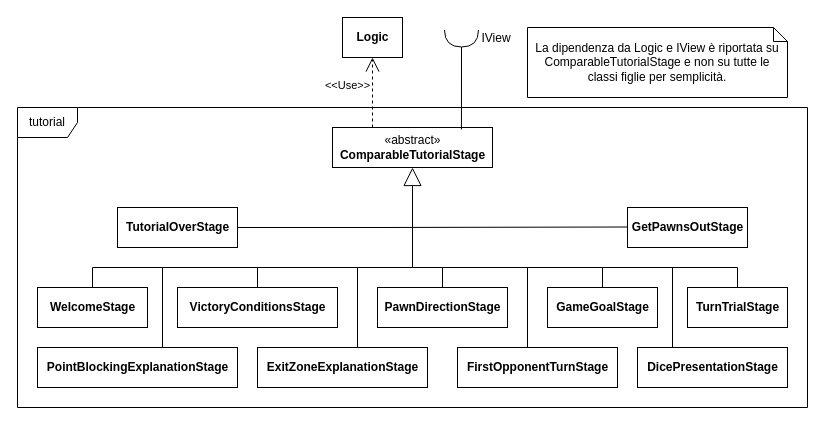
This is Tutorial.drawio from GiacomoVolini/JMahbusa, a draw.io file, before an edit. Source tidied: cells renumbered, new cells numbered last; positions are measured from the earlier drawing's top-left corner, leaving out a move shared by most shapes. Both pictures are drawn from the tidied source at 100%, with x=0, y=0 at pixel (17, 17).
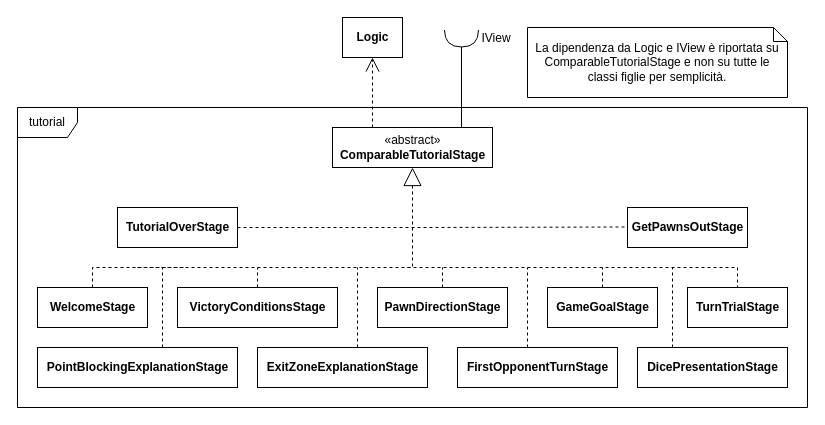
After the change.

Unchanged cells that the change refers to:
```xml
<mxCell id="3" value="«abstract»&lt;br&gt;&lt;b&gt;ComparableTutorialStage&lt;/b&gt;" style="html=1;" parent="1" vertex="1">
  <mxGeometry x="315" y="110" width="160" height="40" as="geometry" />
</mxCell>
<mxCell id="4" value="&lt;b&gt;WelcomeStage&lt;/b&gt;" style="html=1;" parent="1" vertex="1">
  <mxGeometry x="20" y="270" width="110" height="40" as="geometry" />
</mxCell>
<mxCell id="8" value="&lt;b&gt;GameGoalStage&lt;/b&gt;" style="html=1;" parent="1" vertex="1">
  <mxGeometry x="530" y="270" width="110" height="40" as="geometry" />
</mxCell>
<mxCell id="10" value="&lt;b&gt;PawnDirectionStage&lt;/b&gt;" style="html=1;" parent="1" vertex="1">
  <mxGeometry x="360" y="270" width="130" height="40" as="geometry" />
</mxCell>
<mxCell id="12" value="&lt;b&gt;TurnTrialStage&lt;/b&gt;" style="html=1;" parent="1" vertex="1">
  <mxGeometry x="670" y="270" width="100" height="40" as="geometry" />
</mxCell>
<mxCell id="13" value="&lt;b&gt;TutorialOverStage&lt;/b&gt;" style="html=1;" parent="1" vertex="1">
  <mxGeometry x="100" y="190" width="120" height="40" as="geometry" />
</mxCell>
<mxCell id="14" value="&lt;b&gt;VictoryConditionsStage&lt;/b&gt;" style="html=1;" parent="1" vertex="1">
  <mxGeometry x="160" y="270" width="160" height="40" as="geometry" />
</mxCell>
<mxCell id="29" value="&lt;b&gt;Logic&lt;/b&gt;" style="html=1;" parent="1" vertex="1">
  <mxGeometry x="325" width="60" height="40" as="geometry" />
</mxCell>
<mxCell id="30" style="shape=requiredInterface;html=1;verticalLabelPosition=bottom;sketch=0;rotation=90;" parent="1" vertex="1">
  <mxGeometry x="435.5" y="4" width="17" height="34" as="geometry" />
</mxCell>
```

What changed in the source:
```diff
@@
-    <mxCell id="15" style="endArrow=block;endSize=16;endFill=0;html=1;rounded=0;entryX=0.5;entryY=1;entryDx=0;entryDy=0;startSize=6;sourcePerimeterSpacing=0;" parent="1" edge="1" target="3">
+    <mxCell id="15" style="endArrow=block;endSize=16;endFill=0;html=1;rounded=0;entryX=0.5;entryY=1;entryDx=0;entryDy=0;startSize=6;sourcePerimeterSpacing=0;dashed=1;" parent="1" edge="1" target="3">
       <mxGeometry relative="1" as="geometry">
         <mxPoint x="120" y="250" as="sourcePoint" />
         <Array as="points">
           <mxPoint x="395" y="250" />
         </Array>
       </mxGeometry>
     </mxCell>
-    <mxCell id="16" style="endArrow=none;html=1;rounded=0;startSize=6;sourcePerimeterSpacing=0;" parent="1" edge="1">
+    <mxCell id="16" style="endArrow=none;html=1;rounded=0;startSize=6;sourcePerimeterSpacing=0;dashed=1;" parent="1" edge="1">
       <mxGeometry relative="1" as="geometry">
         <mxPoint x="145" y="250" as="sourcePoint" />
         <mxPoint x="170" y="250" as="targetPoint" />
       </mxGeometry>
     </mxCell>
-    <mxCell id="17" style="endArrow=none;html=1;rounded=0;startSize=6;sourcePerimeterSpacing=0;" parent="1" edge="1">
+    <mxCell id="17" style="endArrow=none;html=1;rounded=0;startSize=6;sourcePerimeterSpacing=0;dashed=1;" parent="1" edge="1">
       <mxGeometry relative="1" as="geometry">
         <mxPoint x="145" y="330" as="sourcePoint" />
         <mxPoint x="145" y="250" as="targetPoint" />
       </mxGeometry>
     </mxCell>
-    <mxCell id="18" style="endArrow=none;html=1;rounded=0;startSize=6;sourcePerimeterSpacing=0;" parent="1" edge="1" source="4">
+    <mxCell id="18" style="endArrow=none;html=1;rounded=0;startSize=6;sourcePerimeterSpacing=0;dashed=1;" parent="1" edge="1" source="4">
       <mxGeometry relative="1" as="geometry">
         <mxPoint x="150" y="250" as="targetPoint" />
         <Array as="points">
           <mxPoint x="75" y="250" />
         </Array>
       </mxGeometry>
     </mxCell>
-    <mxCell id="19" style="endArrow=none;html=1;rounded=0;startSize=6;sourcePerimeterSpacing=0;exitX=1;exitY=0.5;exitDx=0;exitDy=0;" parent="1" edge="1" source="13">
+    <mxCell id="19" style="endArrow=none;html=1;rounded=0;startSize=6;sourcePerimeterSpacing=0;exitX=1;exitY=0.5;exitDx=0;exitDy=0;dashed=1;" parent="1" edge="1" source="13">
       <mxGeometry relative="1" as="geometry">
-        <mxPoint x="380" y="210" as="targetPoint" />
+        <mxPoint x="400" y="210" as="targetPoint" />
       </mxGeometry>
     </mxCell>
-    <mxCell id="20" style="endArrow=none;html=1;rounded=0;startSize=6;sourcePerimeterSpacing=0;" parent="1" edge="1">
+    <mxCell id="20" style="endArrow=none;html=1;rounded=0;startSize=6;sourcePerimeterSpacing=0;dashed=1;" parent="1" edge="1">
       <mxGeometry relative="1" as="geometry">
-        <mxPoint x="360" y="210" as="sourcePoint" />
+        <mxPoint x="400" y="210" as="sourcePoint" />
         <mxPoint x="610" y="209.5" as="targetPoint" />
       </mxGeometry>
     </mxCell>
-    <mxCell id="21" style="endArrow=none;html=1;rounded=0;startSize=6;sourcePerimeterSpacing=0;" parent="1" edge="1">
+    <mxCell id="21" style="endArrow=none;html=1;rounded=0;startSize=6;sourcePerimeterSpacing=0;dashed=1;" parent="1" edge="1">
       <mxGeometry relative="1" as="geometry">
-        <mxPoint x="340" y="250" as="sourcePoint" />
+        <mxPoint x="390" y="250" as="sourcePoint" />
         <mxPoint x="720" y="250" as="targetPoint" />
       </mxGeometry>
     </mxCell>
-    <mxCell id="22" style="endArrow=none;html=1;rounded=0;startSize=6;sourcePerimeterSpacing=0;" parent="1" edge="1" target="12">
+    <mxCell id="22" style="endArrow=none;html=1;rounded=0;startSize=6;sourcePerimeterSpacing=0;dashed=1;" parent="1" edge="1" target="12">
       <mxGeometry relative="1" as="geometry">
         <mxPoint x="720" y="250" as="sourcePoint" />
       </mxGeometry>
     </mxCell>
-    <mxCell id="23" style="endArrow=none;html=1;rounded=0;startSize=6;sourcePerimeterSpacing=0;" parent="1" edge="1">
+    <mxCell id="23" style="endArrow=none;html=1;rounded=0;startSize=6;sourcePerimeterSpacing=0;dashed=1;" parent="1" edge="1">
       <mxGeometry relative="1" as="geometry">
         <mxPoint x="340" y="330" as="sourcePoint" />
         <mxPoint x="340" y="250" as="targetPoint" />
       </mxGeometry>
     </mxCell>
-    <mxCell id="24" style="endArrow=none;html=1;rounded=0;startSize=6;sourcePerimeterSpacing=0;" parent="1" edge="1">
+    <mxCell id="24" style="endArrow=none;html=1;rounded=0;startSize=6;sourcePerimeterSpacing=0;dashed=1;" parent="1" edge="1">
       <mxGeometry relative="1" as="geometry">
         <mxPoint x="510" y="330" as="sourcePoint" />
         <mxPoint x="510" y="250" as="targetPoint" />
       </mxGeometry>
     </mxCell>
-    <mxCell id="25" style="endArrow=none;html=1;rounded=0;startSize=6;sourcePerimeterSpacing=0;" parent="1" edge="1">
+    <mxCell id="25" style="endArrow=none;html=1;rounded=0;startSize=6;sourcePerimeterSpacing=0;dashed=1;" parent="1" edge="1">
       <mxGeometry relative="1" as="geometry">
         <mxPoint x="655" y="330" as="sourcePoint" />
         <mxPoint x="655" y="250" as="targetPoint" />
       </mxGeometry>
     </mxCell>
-    <mxCell id="26" style="endArrow=none;html=1;rounded=0;strokeColor=default;strokeWidth=1;startSize=6;sourcePerimeterSpacing=0;jumpStyle=none;jumpSize=4;exitX=0.5;exitY=0;exitDx=0;exitDy=0;" parent="1" edge="1" source="14">
+    <mxCell id="26" style="endArrow=none;html=1;rounded=0;strokeColor=default;strokeWidth=1;startSize=6;sourcePerimeterSpacing=0;jumpStyle=none;jumpSize=4;exitX=0.5;exitY=0;exitDx=0;exitDy=0;dashed=1;" parent="1" edge="1" source="14">
       <mxGeometry relative="1" as="geometry">
         <mxPoint x="240" y="250" as="targetPoint" />
       </mxGeometry>
     </mxCell>
-    <mxCell id="27" style="endArrow=none;html=1;rounded=0;strokeColor=default;strokeWidth=1;startSize=6;sourcePerimeterSpacing=0;jumpStyle=none;jumpSize=4;" parent="1" edge="1" source="10">
+    <mxCell id="27" style="endArrow=none;html=1;rounded=0;strokeColor=default;strokeWidth=1;startSize=6;sourcePerimeterSpacing=0;jumpStyle=none;jumpSize=4;dashed=1;" parent="1" edge="1" source="10">
       <mxGeometry relative="1" as="geometry">
         <mxPoint x="425" y="250" as="targetPoint" />
       </mxGeometry>
     </mxCell>
-    <mxCell id="28" style="endArrow=none;html=1;rounded=0;strokeColor=default;strokeWidth=1;startSize=6;sourcePerimeterSpacing=0;jumpStyle=none;jumpSize=4;exitX=0.5;exitY=0;exitDx=0;exitDy=0;" parent="1" edge="1" source="8">
+    <mxCell id="28" style="endArrow=none;html=1;rounded=0;strokeColor=default;strokeWidth=1;startSize=6;sourcePerimeterSpacing=0;jumpStyle=none;jumpSize=4;exitX=0.5;exitY=0;exitDx=0;exitDy=0;dashed=1;" parent="1" edge="1" source="8">
       <mxGeometry relative="1" as="geometry">
         <mxPoint x="585" y="250" as="targetPoint" />
       </mxGeometry>
     </mxCell>
@@
-    <mxCell id="32" value="&amp;lt;&amp;lt;Use&amp;gt;&amp;gt;" style="endArrow=open;endSize=12;dashed=1;html=1;rounded=0;strokeColor=default;strokeWidth=1;sourcePerimeterSpacing=0;jumpStyle=none;jumpSize=4;entryX=0.5;entryY=1;entryDx=0;entryDy=0;exitX=0.25;exitY=0;exitDx=0;exitDy=0;" parent="1" edge="1" source="3" target="29">
-      <mxGeometry x="0.2" y="25" relative="1" as="geometry" />
+    <mxCell id="32" style="endArrow=open;endSize=12;dashed=1;html=1;rounded=0;strokeColor=default;strokeWidth=1;sourcePerimeterSpacing=0;jumpStyle=none;jumpSize=4;entryX=0.5;entryY=1;entryDx=0;entryDy=0;exitX=0.25;exitY=0;exitDx=0;exitDy=0;" parent="1" edge="1" source="3" target="29">
+      <mxGeometry x="0.43" y="65" relative="1" as="geometry" />
     </mxCell>
-    <mxCell id="33" style="endArrow=none;html=1;rounded=0;strokeColor=default;strokeWidth=1;startSize=6;sourcePerimeterSpacing=0;jumpStyle=none;jumpSize=4;entryX=1;entryY=0.5;entryDx=0;entryDy=0;entryPerimeter=0;exitX=0.806;exitY=0.05;exitDx=0;exitDy=0;exitPerimeter=0;" parent="1" edge="1" source="3" target="30">
-      <mxGeometry relative="1" as="geometry" />
+    <mxCell id="33" style="endArrow=none;html=1;rounded=0;strokeColor=default;strokeWidth=1;startSize=5;sourcePerimeterSpacing=0;jumpStyle=none;jumpSize=4;entryX=1;entryY=0.5;entryDx=0;entryDy=0;entryPerimeter=0;" parent="1" edge="1" target="30">
+      <mxGeometry relative="1" as="geometry">
+        <mxPoint x="444" y="110" as="sourcePoint" />
+      </mxGeometry>
     </mxCell>
```
